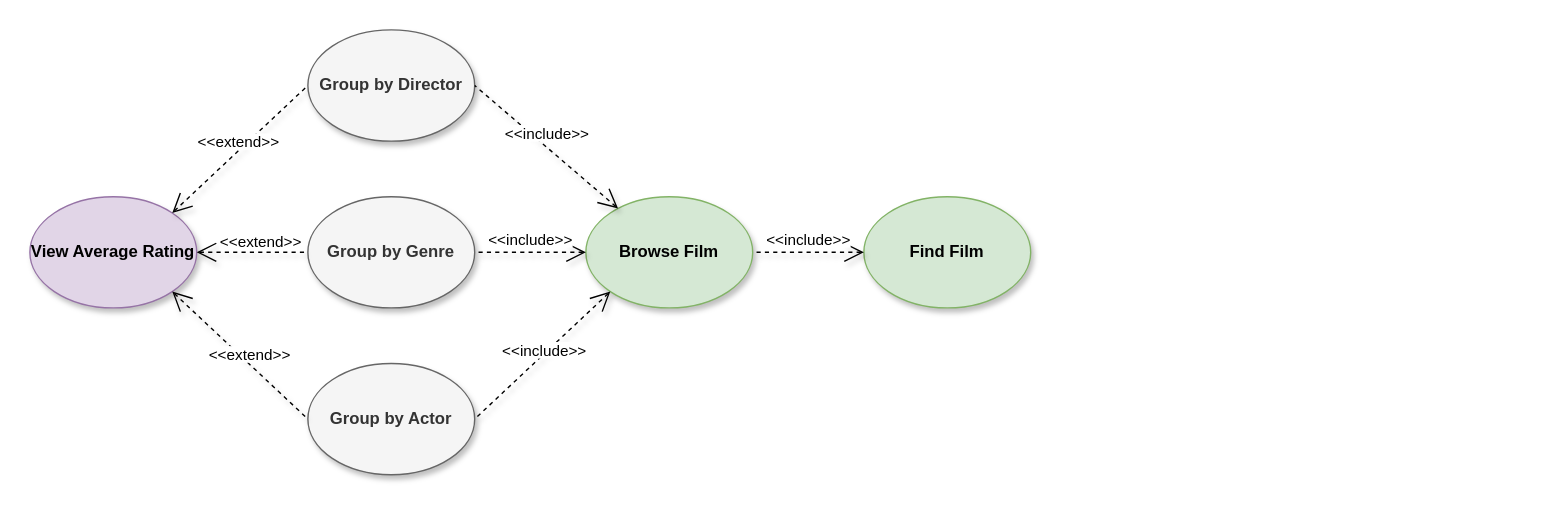
This is Task2/Documentation/Diagrams/Use Case - Rating.drawio from unipi-fr/LargeScaleMultiStructureDatabases, a draw.io file, before an edit. Source tidied: cells renumbered, new cells numbered last; positions are measured from the earlier drawing's top-left corner, leaving out a move shared by most shapes. Both pictures are drawn from the tidied source at 139%, with x=0, y=0 at pixel (29, 29).
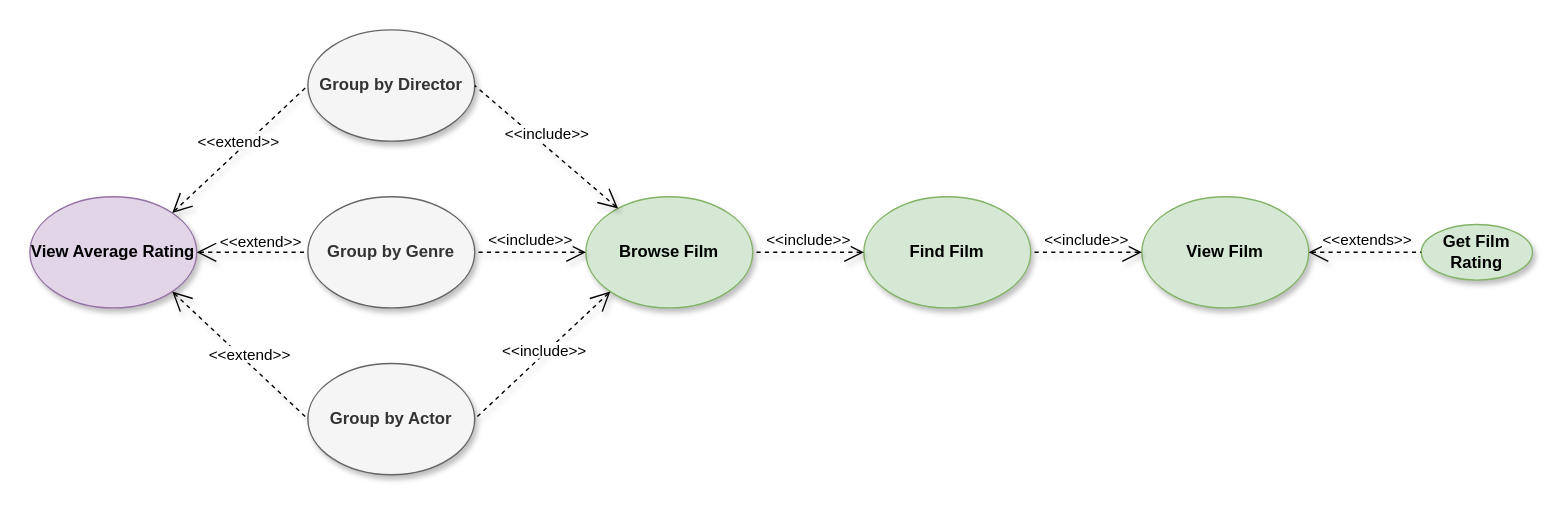
After the change.

The edit, as a diff of the source:
```diff
@@
 <mxGraphModel>
   <root>
     <mxCell id="0" />
     <mxCell id="1" parent="0" />
     <mxCell id="2" value="View Average Rating" style="ellipse;whiteSpace=wrap;html=1;fontStyle=1;fillColor=#e1d5e7;strokeColor=#9673a6;shadow=1;" parent="1" vertex="1">
       <mxGeometry y="120" width="120" height="80" as="geometry" />
     </mxCell>
     <mxCell id="3" value="Group by Director" style="ellipse;whiteSpace=wrap;html=1;fontStyle=1;fillColor=#f5f5f5;strokeColor=#666666;shadow=1;fontColor=#333333;" parent="1" vertex="1">
       <mxGeometry x="200" width="120" height="80" as="geometry" />
     </mxCell>
     <mxCell id="4" value="Group by Genre" style="ellipse;whiteSpace=wrap;html=1;fontStyle=1;fillColor=#f5f5f5;strokeColor=#666666;shadow=1;fontColor=#333333;" parent="1" vertex="1">
       <mxGeometry x="200" y="120" width="120" height="80" as="geometry" />
     </mxCell>
     <mxCell id="5" value="Group by Actor" style="ellipse;whiteSpace=wrap;html=1;fontStyle=1;fillColor=#f5f5f5;strokeColor=#666666;shadow=1;fontColor=#333333;" parent="1" vertex="1">
       <mxGeometry x="200" y="240" width="120" height="80" as="geometry" />
     </mxCell>
     <mxCell id="6" value="Browse Film" style="ellipse;whiteSpace=wrap;html=1;fontStyle=1;fillColor=#d5e8d4;strokeColor=#82b366;shadow=1;" parent="1" vertex="1">
       <mxGeometry x="400" y="120" width="120" height="80" as="geometry" />
     </mxCell>
     <mxCell id="7" value="Find Film" style="ellipse;whiteSpace=wrap;html=1;fontStyle=1;fillColor=#d5e8d4;strokeColor=#82b366;shadow=1;" parent="1" vertex="1">
       <mxGeometry x="600" y="120" width="120" height="80" as="geometry" />
     </mxCell>
     <mxCell id="8" value="&lt;span style=&quot;background-color: rgb(255 , 255 , 255)&quot;&gt;&amp;lt;&amp;lt;extend&amp;gt;&amp;gt;&lt;/span&gt;" style="edgeStyle=none;html=1;startArrow=open;endArrow=none;startSize=12;verticalAlign=bottom;dashed=1;labelBackgroundColor=none;entryX=0;entryY=0.5;entryDx=0;entryDy=0;shadow=1;exitX=1;exitY=0;exitDx=0;exitDy=0;" parent="1" edge="1" source="2" target="3">
       <mxGeometry x="-0.06" y="-2" relative="1" as="geometry" />
     </mxCell>
     <mxCell id="9" value="&lt;span style=&quot;background-color: rgb(255 , 255 , 255)&quot;&gt;&amp;lt;&amp;lt;extend&amp;gt;&amp;gt;&lt;/span&gt;" style="edgeStyle=none;html=1;startArrow=open;endArrow=none;startSize=12;verticalAlign=bottom;dashed=1;labelBackgroundColor=none;entryX=0;entryY=0.5;entryDx=0;entryDy=0;shadow=1;exitX=1;exitY=0.5;exitDx=0;exitDy=0;" parent="1" edge="1" source="2" target="4">
       <mxGeometry x="0.16" y="-2" relative="1" as="geometry" />
     </mxCell>
     <mxCell id="10" value="&lt;span style=&quot;background-color: rgb(255 , 255 , 255)&quot;&gt;&amp;lt;&amp;lt;extend&amp;gt;&amp;gt;&lt;/span&gt;" style="edgeStyle=none;html=1;startArrow=open;endArrow=none;startSize=12;verticalAlign=bottom;dashed=1;labelBackgroundColor=none;entryX=0;entryY=0.5;entryDx=0;entryDy=0;shadow=1;exitX=1;exitY=1;exitDx=0;exitDy=0;" parent="1" edge="1" source="2" target="5">
       <mxGeometry x="0.16" y="-2" relative="1" as="geometry" />
     </mxCell>
     <mxCell id="11" value="&lt;span style=&quot;background-color: rgb(255 , 255 , 255)&quot;&gt;&amp;lt;&amp;lt;include&amp;gt;&amp;gt;&lt;/span&gt;" style="edgeStyle=none;html=1;startArrow=open;endArrow=none;startSize=12;verticalAlign=bottom;dashed=1;labelBackgroundColor=none;entryX=1;entryY=0.5;entryDx=0;entryDy=0;shadow=1;exitX=0;exitY=1;exitDx=0;exitDy=0;" parent="1" edge="1" source="6" target="5">
       <mxGeometry x="0.05" y="5" relative="1" as="geometry" />
     </mxCell>
     <mxCell id="12" value="&lt;span style=&quot;background-color: rgb(255 , 255 , 255)&quot;&gt;&amp;lt;&amp;lt;include&amp;gt;&amp;gt;&lt;/span&gt;" style="edgeStyle=none;html=1;startArrow=open;endArrow=none;startSize=12;verticalAlign=bottom;dashed=1;labelBackgroundColor=none;entryX=1;entryY=0.5;entryDx=0;entryDy=0;shadow=1;exitX=0;exitY=0.5;exitDx=0;exitDy=0;" parent="1" edge="1" source="6" target="4">
       <mxGeometry relative="1" as="geometry" />
     </mxCell>
     <mxCell id="13" value="&lt;span style=&quot;background-color: rgb(255 , 255 , 255)&quot;&gt;&amp;lt;&amp;lt;include&amp;gt;&amp;gt;&lt;/span&gt;" style="edgeStyle=none;html=1;startArrow=open;endArrow=none;startSize=12;verticalAlign=bottom;dashed=1;labelBackgroundColor=none;entryX=1;entryY=0.5;entryDx=0;entryDy=0;shadow=1;" parent="1" edge="1" source="6" target="3">
       <mxGeometry relative="1" as="geometry" />
     </mxCell>
     <mxCell id="14" value="&lt;span style=&quot;background-color: rgb(255 , 255 , 255)&quot;&gt;&amp;lt;&amp;lt;include&amp;gt;&amp;gt;&lt;/span&gt;" style="edgeStyle=none;html=1;startArrow=open;endArrow=none;startSize=12;verticalAlign=bottom;dashed=1;labelBackgroundColor=none;entryX=1;entryY=0.5;entryDx=0;entryDy=0;shadow=1;exitX=0;exitY=0.5;exitDx=0;exitDy=0;" parent="1" edge="1" source="7" target="6">
       <mxGeometry relative="1" as="geometry" />
     </mxCell>
+    <mxCell id="15" value="View Film" style="ellipse;whiteSpace=wrap;html=1;fontStyle=1;fillColor=#d5e8d4;strokeColor=#82b366;shadow=1;" parent="1" vertex="1">
+      <mxGeometry x="800" y="120" width="120" height="80" as="geometry" />
+    </mxCell>
+    <mxCell id="16" value="&lt;span style=&quot;background-color: rgb(255 , 255 , 255)&quot;&gt;&amp;lt;&amp;lt;include&amp;gt;&amp;gt;&lt;/span&gt;" style="edgeStyle=none;html=1;startArrow=open;endArrow=none;startSize=12;verticalAlign=bottom;dashed=1;labelBackgroundColor=none;shadow=1;exitX=0;exitY=0.5;exitDx=0;exitDy=0;entryX=1;entryY=0.5;entryDx=0;entryDy=0;" parent="1" edge="1" source="15" target="7">
+      <mxGeometry relative="1" as="geometry" />
+    </mxCell>
+    <mxCell id="17" value="Get Film Rating" style="ellipse;whiteSpace=wrap;html=1;fontStyle=1;fillColor=#d5e8d4;strokeColor=#82b366;shadow=1;" parent="1" vertex="1">
+      <mxGeometry x="1001" y="140" width="80" height="40" as="geometry" />
+    </mxCell>
+    <mxCell id="18" value="&lt;span style=&quot;background-color: rgb(255 , 255 , 255)&quot;&gt;&amp;lt;&amp;lt;extends&amp;gt;&amp;gt;&lt;/span&gt;" style="edgeStyle=none;html=1;startArrow=open;endArrow=none;startSize=12;verticalAlign=bottom;dashed=1;labelBackgroundColor=none;shadow=1;exitX=1;exitY=0.5;exitDx=0;exitDy=0;entryX=0;entryY=0.5;entryDx=0;entryDy=0;" parent="1" edge="1" source="15" target="17">
+      <mxGeometry x="0.03" relative="1" as="geometry" />
+    </mxCell>
   </root>
 </mxGraphModel>
```
